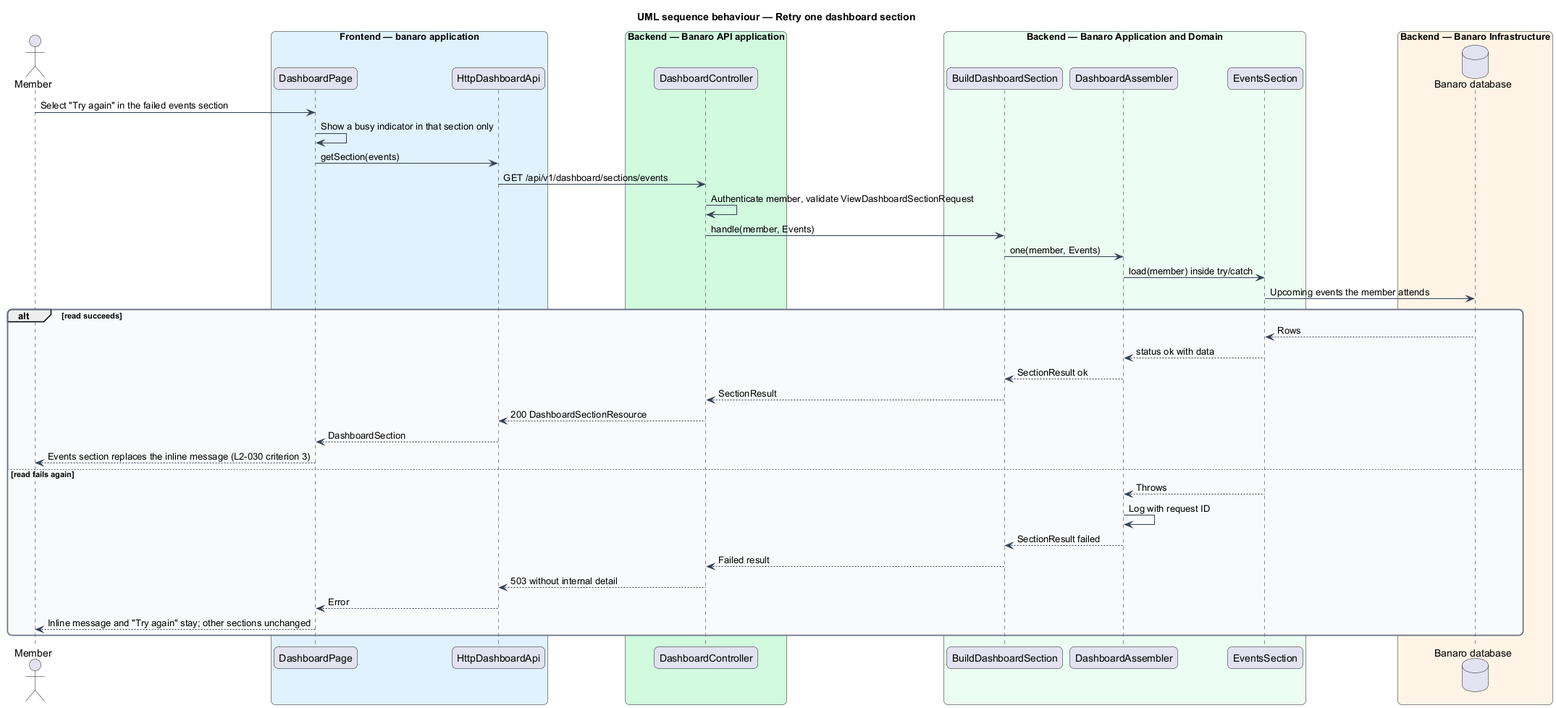
Above: docs/detailed-designs/dashboard/view-dashboard/diagrams/sequence-retry-section.png in QuinntyneBrown/banaro (PlantUML), before the change. Source of this version:
```plantuml
@startuml
title UML sequence behaviour — Retry one dashboard section
skinparam backgroundColor #FFFFFF
skinparam shadowing false
skinparam roundcorner 12
skinparam defaultFontName Arial
skinparam ArrowColor #344054
skinparam rectangle {
  BorderColor #344054
  FontColor #101828
}
skinparam package {
  BorderColor #667085
  FontColor #101828
  BackgroundColor #F9FAFB
}
actor "Member" as actor
box "Frontend — banaro application" #E0F2FE
  participant "DashboardPage" as page
  participant "HttpDashboardApi" as client
end box
box "Backend — Banaro API application" #D1FADF
  participant "DashboardController" as controller
end box
box "Backend — Banaro Application and Domain" #ECFDF3
  participant "BuildDashboardSection" as action
  participant "DashboardAssembler" as assembler
  participant "EventsSection" as provider
end box
box "Backend — Banaro Infrastructure" #FFF4E5
  database "Banaro database" as db
end box

actor -> page : Select "Try again" in the failed events section
page -> page : Show a busy indicator in that section only
page -> client : getSection(events)
client -> controller : GET /api/v1/dashboard/sections/events
controller -> controller : Authenticate member, validate ViewDashboardSectionRequest
controller -> action : handle(member, Events)
action -> assembler : one(member, Events)
assembler -> provider : load(member) inside try/catch
provider -> db : Upcoming events the member attends
alt read succeeds
  db --> provider : Rows
  provider --> assembler : status ok with data
  assembler --> action : SectionResult ok
  action --> controller : SectionResult
  controller --> client : 200 DashboardSectionResource
  client --> page : DashboardSection
  page --> actor : Events section replaces the inline message (L2-030 criterion 3)
else read fails again
  provider --> assembler : Throws
  assembler -> assembler : Log with request ID
  assembler --> action : SectionResult failed
  action --> controller : Failed result
  controller --> client : 503 without internal detail
  client --> page : Error
  page --> actor : Inline message and "Try again" stay; other sections unchanged
end
@enduml
```
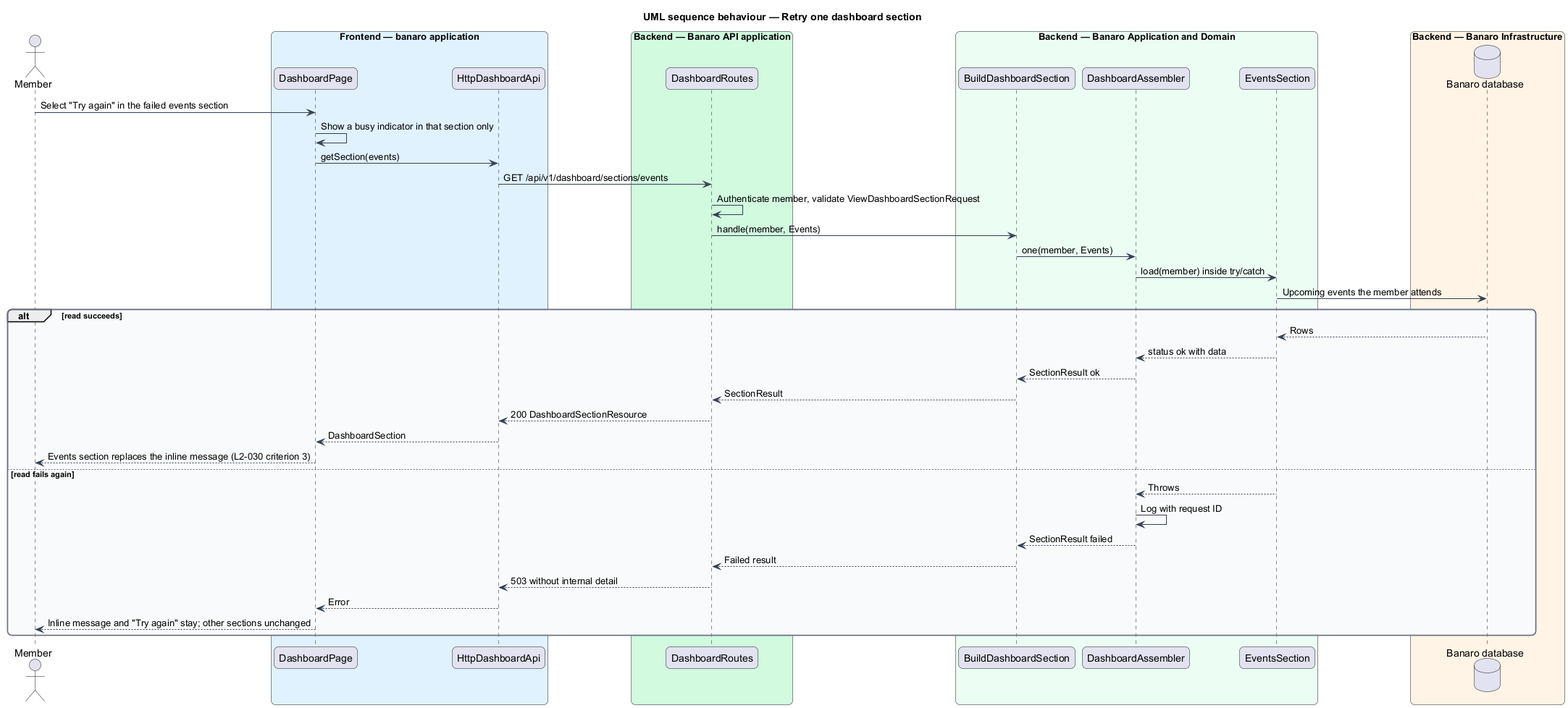
The same file after the commit.

Diff of the diagram source:
```diff
@@ -20,7 +20,7 @@
   participant "HttpDashboardApi" as client
 end box
 box "Backend — Banaro API application" #D1FADF
-  participant "DashboardController" as controller
+  participant "DashboardRoutes" as controller
 end box
 box "Backend — Banaro Application and Domain" #ECFDF3
   participant "BuildDashboardSection" as action
```
